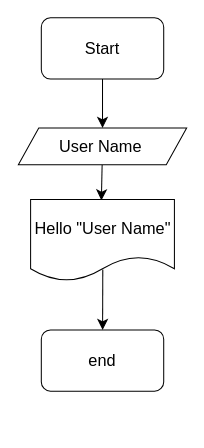
This is Диаграмма без названия.drawio from Antonyo891/Lesson-1, a draw.io file, before an edit. Source tidied: cells renumbered, new cells numbered last; positions are measured from the earlier drawing's top-left corner, leaving out a move shared by most shapes. Both pictures are drawn from the tidied source at 102%, with x=0, y=0 at pixel (18, 17).
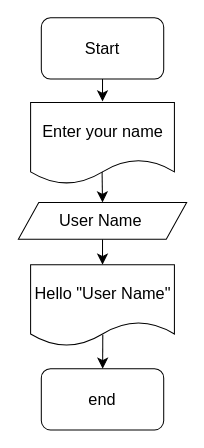
Above is the later version.

What changed in the source:
```diff
@@
 <mxGraphModel>
   <root>
     <mxCell id="0" />
     <mxCell id="1" parent="0" />
-    <mxCell id="2" style="edgeStyle=none;curved=1;rounded=0;jettySize=auto;html=1;fontSize=12;startSize=8;endSize=8;" parent="1" edge="1" source="3" target="5">
-      <mxGeometry relative="1" as="geometry" />
-    </mxCell>
+    <mxCell id="9" style="edgeStyle=none;curved=1;rounded=0;jettySize=auto;html=1;fontSize=12;startSize=8;endSize=8;" parent="1" edge="1" source="3">
+      <mxGeometry relative="1" as="geometry">
+        <mxPoint x="82" y="82" as="targetPoint" />
+      </mxGeometry>
+    </mxCell>
     <mxCell id="3" value="Start" style="rounded=1;whiteSpace=wrap;html=1;fontSize=16;" parent="1" vertex="1">
       <mxGeometry x="22" width="120" height="60" as="geometry" />
     </mxCell>
-    <mxCell id="4" style="edgeStyle=none;curved=1;rounded=0;jettySize=auto;html=1;fontSize=12;startSize=8;endSize=8;" parent="1" edge="1" source="5">
-      <mxGeometry relative="1" as="geometry">
-        <mxPoint x="80.9" y="179" as="targetPoint" />
-      </mxGeometry>
-    </mxCell>
+    <mxCell id="10" style="edgeStyle=none;curved=1;rounded=0;jettySize=auto;html=1;fontSize=12;startSize=8;endSize=8;" parent="1" edge="1" source="5" target="8">
+      <mxGeometry relative="1" as="geometry" />
+    </mxCell>
     <mxCell id="5" value="User Name&amp;nbsp;" style="shape=parallelogram;perimeter=parallelogramPerimeter;whiteSpace=wrap;html=1;fixedSize=1;fontSize=16;" parent="1" vertex="1">
-      <mxGeometry x="-0.5" y="108" width="165" height="36" as="geometry" />
+      <mxGeometry x="-0.5" y="181" width="165" height="36" as="geometry" />
     </mxCell>
     <mxCell id="6" value="end" style="rounded=1;whiteSpace=wrap;html=1;fontSize=16;" parent="1" vertex="1">
-      <mxGeometry x="22" y="306" width="120" height="60" as="geometry" />
+      <mxGeometry x="22" y="344" width="120" height="60" as="geometry" />
     </mxCell>
     <mxCell id="7" style="edgeStyle=none;curved=1;rounded=0;jettySize=auto;html=1;fontSize=12;startSize=8;endSize=8;exitX=0.502;exitY=0.86;exitDx=0;exitDy=0;exitPerimeter=0;" parent="1" edge="1" source="8" target="6">
       <mxGeometry relative="1" as="geometry" />
     </mxCell>
     <mxCell id="8" value="Hello &quot;User Name&quot;" style="shape=document;whiteSpace=wrap;html=1;boundedLbl=1;fontSize=16;" parent="1" vertex="1">
-      <mxGeometry x="11.5" y="178" width="141" height="80" as="geometry" />
+      <mxGeometry x="11.5" y="242" width="141" height="80" as="geometry" />
     </mxCell>
+    <mxCell id="11" style="edgeStyle=none;curved=1;rounded=0;jettySize=auto;html=1;fontSize=12;startSize=8;endSize=8;entryX=0.5;entryY=0;entryDx=0;entryDy=0;exitX=0.497;exitY=0.844;exitDx=0;exitDy=0;exitPerimeter=0;" parent="1" edge="1" source="12" target="5">
+      <mxGeometry relative="1" as="geometry" />
+    </mxCell>
+    <mxCell id="12" value="Enter your name" style="shape=document;whiteSpace=wrap;html=1;boundedLbl=1;fontSize=16;" parent="1" vertex="1">
+      <mxGeometry x="11.5" y="83" width="141" height="80" as="geometry" />
+    </mxCell>
   </root>
 </mxGraphModel>
```
